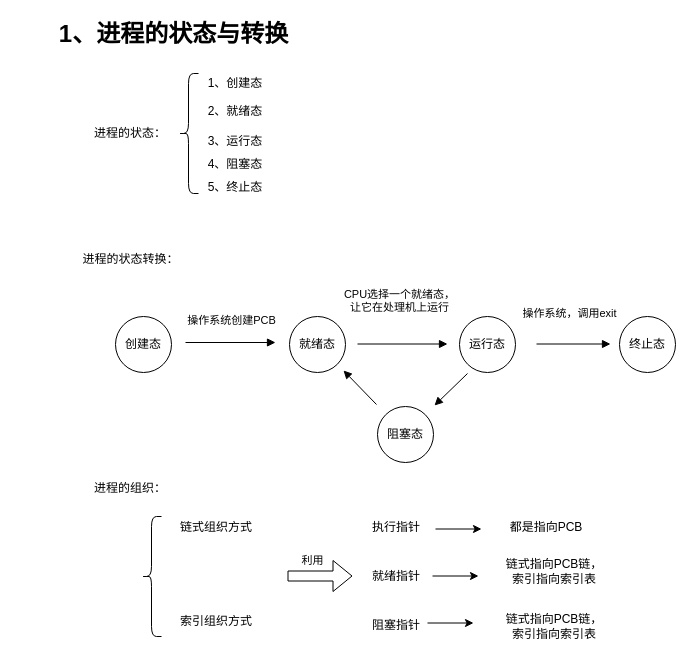
The draw.io diagram 操作系统.drawio in zhongyupei666/noteFile, before the edit. Source tidied: cells renumbered, new cells numbered last; positions are measured from the earlier drawing's top-left corner, leaving out a move shared by most shapes. Both pictures are drawn from the tidied source at 100%, with x=0, y=0 at pixel (17, 17).
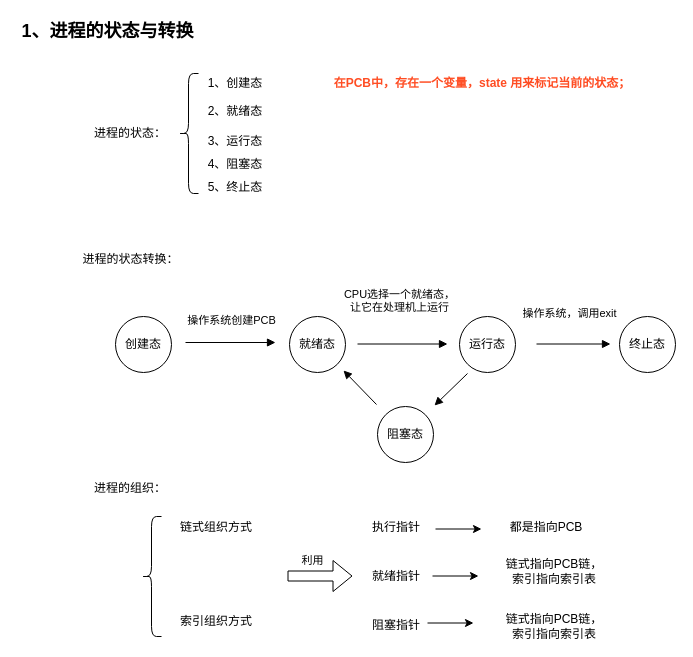
The same page after the edit.

Commit message (it also covers changes not shown here):
更新操作系统.drawio

The edit, as a diff of the source:
```diff
@@
-    <mxCell id="2" value="&lt;div&gt;&lt;font style=&quot;font-size: 24px;&quot;&gt;&lt;b&gt;1、&lt;/b&gt;&lt;/font&gt;&lt;b&gt;&lt;font style=&quot;font-size: 24px;&quot;&gt;进程的状态与转换&lt;/font&gt;&lt;/b&gt;&lt;/div&gt;" style="text;html=1;align=center;verticalAlign=middle;whiteSpace=wrap;rounded=0;" parent="1" vertex="1">
-      <mxGeometry width="313" height="33" as="geometry" />
+    <mxCell id="2" value="&lt;div&gt;&lt;font style=&quot;font-size: 18px;&quot;&gt;&lt;b&gt;1、&lt;/b&gt;&lt;b&gt;&lt;font&gt;进程的状态与转换&lt;/font&gt;&lt;/b&gt;&lt;/font&gt;&lt;/div&gt;" style="text;html=1;align=center;verticalAlign=middle;whiteSpace=wrap;rounded=0;" parent="1" vertex="1">
+      <mxGeometry width="181" height="27" as="geometry" />
     </mxCell>
@@
+    <mxCell id="36" value="&lt;b style=&quot;color: generic-light-dark(rgb(220, 39, 28), rgb(237, 237, 237));&quot;&gt;&lt;span style=&quot;&quot;&gt;在PCB中，存在一个变量，state 用来标记当前的状态；&lt;/span&gt;&lt;/b&gt;" style="text;html=1;align=center;verticalAlign=middle;whiteSpace=wrap;rounded=0;fontColor=#FF4D23;" parent="1" vertex="1">
+      <mxGeometry x="292" y="45.5" width="346" height="41" as="geometry" />
+    </mxCell>
```
